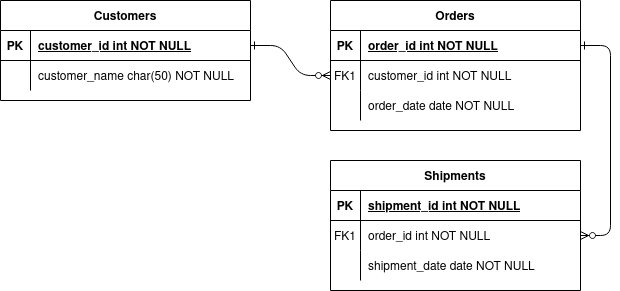
This is manage-cnab.drawio.png from esterfrazao/manage-cnab-api, a draw.io export, as it was before one commit. Source tidied: cells renumbered, new cells last; positions are measured from the earlier drawing's top-left corner, leaving out a move shared by most shapes. The source it was exported from:
```xml
<mxGraphModel>
  <root>
    <mxCell id="0" />
    <mxCell id="1" parent="0" />
    <mxCell id="2" style="edgeStyle=entityRelationEdgeStyle;endArrow=ERzeroToMany;startArrow=ERone;endFill=1;startFill=0;" parent="1" edge="1" source="25" target="8">
      <mxGeometry relative="1" as="geometry" />
    </mxCell>
    <mxCell id="3" style="edgeStyle=entityRelationEdgeStyle;endArrow=ERzeroToMany;startArrow=ERone;endFill=1;startFill=0;" parent="1" edge="1" source="5" target="18">
      <mxGeometry relative="1" as="geometry" />
    </mxCell>
    <mxCell id="4" value="Orders" style="shape=table;startSize=30;rowLines=0;fontStyle=1;align=center;" parent="1" vertex="1">
      <mxGeometry x="330" width="250" height="130" as="geometry" />
    </mxCell>
    <mxCell id="5" style="shape=partialRectangle;fillColor=none;points=[[0,0.5],[1,0.5]];portConstraint=eastwest;top=0;left=0;right=0;bottom=1;" parent="4" vertex="1">
      <mxGeometry y="30" width="250" height="30" as="geometry" />
    </mxCell>
    <mxCell id="6" value="PK" style="shape=partialRectangle;overflow=hidden;fillColor=none;top=0;left=0;bottom=0;right=0;fontStyle=1;" parent="5" vertex="1">
      <mxGeometry width="30" height="30" as="geometry" />
    </mxCell>
    <mxCell id="7" value="order_id int NOT NULL " style="shape=partialRectangle;overflow=hidden;fillColor=none;top=0;left=0;bottom=0;right=0;align=left;spacingLeft=6;fontStyle=5;" parent="5" vertex="1">
      <mxGeometry x="30" width="220" height="30" as="geometry" />
    </mxCell>
    <mxCell id="8" style="shape=partialRectangle;fillColor=none;points=[[0,0.5],[1,0.5]];portConstraint=eastwest;top=0;left=0;right=0;bottom=0;" parent="4" vertex="1">
      <mxGeometry y="60" width="250" height="30" as="geometry" />
    </mxCell>
    <mxCell id="9" value="FK1" style="shape=partialRectangle;overflow=hidden;fillColor=none;top=0;left=0;bottom=0;right=0;" parent="8" vertex="1">
      <mxGeometry width="30" height="30" as="geometry" />
    </mxCell>
    <mxCell id="10" value="customer_id int NOT NULL" style="shape=partialRectangle;overflow=hidden;fillColor=none;top=0;left=0;bottom=0;right=0;align=left;spacingLeft=6;" parent="8" vertex="1">
      <mxGeometry x="30" width="220" height="30" as="geometry" />
    </mxCell>
    <mxCell id="11" style="shape=partialRectangle;fillColor=none;top=0;left=0;right=0;bottom=0;" parent="4" vertex="1">
      <mxGeometry y="90" width="250" height="30" as="geometry" />
    </mxCell>
    <mxCell id="12" style="shape=partialRectangle;overflow=hidden;fillColor=none;top=0;left=0;bottom=0;right=0;" parent="11" vertex="1">
      <mxGeometry width="30" height="30" as="geometry" />
    </mxCell>
    <mxCell id="13" value="order_date date NOT NULL" style="shape=partialRectangle;overflow=hidden;fillColor=none;top=0;left=0;bottom=0;right=0;align=left;spacingLeft=6;" parent="11" vertex="1">
      <mxGeometry x="30" width="220" height="30" as="geometry" />
    </mxCell>
    <mxCell id="14" value="Shipments" style="shape=table;startSize=30;rowLines=0;fontStyle=1;align=center;" parent="1" vertex="1">
      <mxGeometry x="330" y="160" width="250" height="130" as="geometry" />
    </mxCell>
    <mxCell id="15" style="shape=partialRectangle;fillColor=none;top=0;left=0;right=0;bottom=1;" parent="14" vertex="1">
      <mxGeometry y="30" width="250" height="30" as="geometry" />
    </mxCell>
    <mxCell id="16" value="PK" style="shape=partialRectangle;overflow=hidden;fillColor=none;top=0;left=0;bottom=0;right=0;fontStyle=1;" parent="15" vertex="1">
      <mxGeometry width="30" height="30" as="geometry" />
    </mxCell>
    <mxCell id="17" value="shipment_id int NOT NULL " style="shape=partialRectangle;overflow=hidden;fillColor=none;top=0;left=0;bottom=0;right=0;align=left;spacingLeft=6;fontStyle=5;" parent="15" vertex="1">
      <mxGeometry x="30" width="220" height="30" as="geometry" />
    </mxCell>
    <mxCell id="18" style="shape=partialRectangle;fillColor=none;points=[[0,0.5],[1,0.5]];portConstraint=eastwest;top=0;left=0;right=0;bottom=0;" parent="14" vertex="1">
      <mxGeometry y="60" width="250" height="30" as="geometry" />
    </mxCell>
    <mxCell id="19" value="FK1" style="shape=partialRectangle;overflow=hidden;fillColor=none;top=0;left=0;bottom=0;right=0;" parent="18" vertex="1">
      <mxGeometry width="30" height="30" as="geometry" />
    </mxCell>
    <mxCell id="20" value="order_id int NOT NULL" style="shape=partialRectangle;overflow=hidden;fillColor=none;top=0;left=0;bottom=0;right=0;align=left;spacingLeft=6;" parent="18" vertex="1">
      <mxGeometry x="30" width="220" height="30" as="geometry" />
    </mxCell>
    <mxCell id="21" style="shape=partialRectangle;fillColor=none;top=0;left=0;right=0;bottom=0;" parent="14" vertex="1">
      <mxGeometry y="90" width="250" height="30" as="geometry" />
    </mxCell>
    <mxCell id="22" style="shape=partialRectangle;overflow=hidden;fillColor=none;top=0;left=0;bottom=0;right=0;" parent="21" vertex="1">
      <mxGeometry width="30" height="30" as="geometry" />
    </mxCell>
    <mxCell id="23" value="shipment_date date NOT NULL" style="shape=partialRectangle;overflow=hidden;fillColor=none;top=0;left=0;bottom=0;right=0;align=left;spacingLeft=6;" parent="21" vertex="1">
      <mxGeometry x="30" width="220" height="30" as="geometry" />
    </mxCell>
    <mxCell id="24" value="Customers" style="shape=table;startSize=30;rowLines=0;fontStyle=1;align=center;" parent="1" vertex="1">
      <mxGeometry width="250" height="100" as="geometry" />
    </mxCell>
    <mxCell id="25" style="shape=partialRectangle;fillColor=none;points=[[0,0.5],[1,0.5]];portConstraint=eastwest;top=0;left=0;right=0;bottom=1;" parent="24" vertex="1">
      <mxGeometry y="30" width="250" height="30" as="geometry" />
    </mxCell>
    <mxCell id="26" value="PK" style="shape=partialRectangle;overflow=hidden;fillColor=none;top=0;left=0;bottom=0;right=0;fontStyle=1;" parent="25" vertex="1">
      <mxGeometry width="30" height="30" as="geometry" />
    </mxCell>
    <mxCell id="27" value="customer_id int NOT NULL " style="shape=partialRectangle;overflow=hidden;fillColor=none;top=0;left=0;bottom=0;right=0;align=left;spacingLeft=6;fontStyle=5;" parent="25" vertex="1">
      <mxGeometry x="30" width="220" height="30" as="geometry" />
    </mxCell>
    <mxCell id="28" style="shape=partialRectangle;fillColor=none;top=0;left=0;right=0;bottom=0;" parent="24" vertex="1">
      <mxGeometry y="60" width="250" height="30" as="geometry" />
    </mxCell>
    <mxCell id="29" style="shape=partialRectangle;overflow=hidden;fillColor=none;top=0;left=0;bottom=0;right=0;" parent="28" vertex="1">
      <mxGeometry width="30" height="30" as="geometry" />
    </mxCell>
    <mxCell id="30" value="customer_name char(50) NOT NULL" style="shape=partialRectangle;overflow=hidden;fillColor=none;top=0;left=0;bottom=0;right=0;align=left;spacingLeft=6;" parent="28" vertex="1">
      <mxGeometry x="30" width="220" height="30" as="geometry" />
    </mxCell>
  </root>
</mxGraphModel>
```
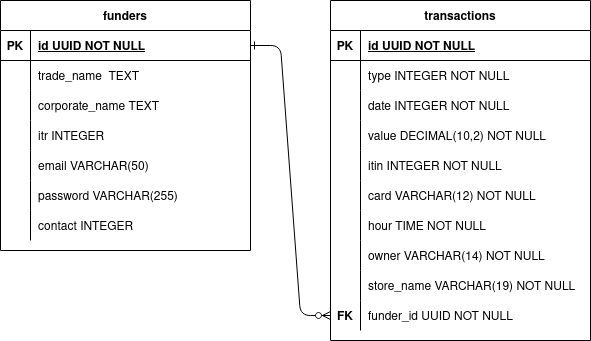
After the change.

Commit message:
feat: adjusts der with definite tables

The edit, as a diff of the source:
```diff
@@ -5,71 +5,101 @@
     <mxCell id="2" style="edgeStyle=entityRelationEdgeStyle;endArrow=ERzeroToMany;startArrow=ERone;endFill=1;startFill=0;" parent="1" edge="1" source="25" target="8">
       <mxGeometry relative="1" as="geometry" />
     </mxCell>
-    <mxCell id="3" style="edgeStyle=entityRelationEdgeStyle;endArrow=ERzeroToMany;startArrow=ERone;endFill=1;startFill=0;" parent="1" edge="1" source="5" target="18">
-      <mxGeometry relative="1" as="geometry" />
-    </mxCell>
-    <mxCell id="4" value="Orders" style="shape=table;startSize=30;rowLines=0;fontStyle=1;align=center;" parent="1" vertex="1">
-      <mxGeometry x="330" width="250" height="130" as="geometry" />
+    <mxCell id="4" value="transactions" style="shape=table;startSize=30;rowLines=0;fontStyle=1;align=center;" parent="1" vertex="1">
+      <mxGeometry x="330" width="260" height="340" as="geometry" />
     </mxCell>
     <mxCell id="5" style="shape=partialRectangle;fillColor=none;points=[[0,0.5],[1,0.5]];portConstraint=eastwest;top=0;left=0;right=0;bottom=1;" parent="4" vertex="1">
-      <mxGeometry y="30" width="250" height="30" as="geometry" />
+      <mxGeometry y="30" width="260" height="30" as="geometry" />
     </mxCell>
     <mxCell id="6" value="PK" style="shape=partialRectangle;overflow=hidden;fillColor=none;top=0;left=0;bottom=0;right=0;fontStyle=1;" parent="5" vertex="1">
       <mxGeometry width="30" height="30" as="geometry" />
     </mxCell>
-    <mxCell id="7" value="order_id int NOT NULL " style="shape=partialRectangle;overflow=hidden;fillColor=none;top=0;left=0;bottom=0;right=0;align=left;spacingLeft=6;fontStyle=5;" parent="5" vertex="1">
-      <mxGeometry x="30" width="220" height="30" as="geometry" />
+    <mxCell id="7" value="id UUID NOT NULL " style="shape=partialRectangle;overflow=hidden;fillColor=none;top=0;left=0;bottom=0;right=0;align=left;spacingLeft=6;fontStyle=5;" parent="5" vertex="1">
+      <mxGeometry x="30" width="230" height="30" as="geometry" />
     </mxCell>
+    <mxCell id="31" style="shape=partialRectangle;fillColor=none;top=0;left=0;right=0;bottom=0;" parent="4" vertex="1">
+      <mxGeometry y="60" width="260" height="30" as="geometry" />
+    </mxCell>
+    <mxCell id="32" style="shape=partialRectangle;overflow=hidden;fillColor=none;top=0;left=0;bottom=0;right=0;" parent="31" vertex="1">
+      <mxGeometry width="30" height="30" as="geometry" />
+    </mxCell>
+    <mxCell id="33" value="type INTEGER NOT NULL" style="shape=partialRectangle;overflow=hidden;fillColor=none;top=0;left=0;bottom=0;right=0;align=left;spacingLeft=6;" parent="31" vertex="1">
+      <mxGeometry x="30" width="230" height="30" as="geometry" />
+    </mxCell>
+    <mxCell id="34" style="shape=partialRectangle;fillColor=none;top=0;left=0;right=0;bottom=0;" parent="4" vertex="1">
+      <mxGeometry y="90" width="260" height="30" as="geometry" />
+    </mxCell>
+    <mxCell id="35" style="shape=partialRectangle;overflow=hidden;fillColor=none;top=0;left=0;bottom=0;right=0;" parent="34" vertex="1">
+      <mxGeometry width="30" height="30" as="geometry" />
+    </mxCell>
+    <mxCell id="36" value="date INTEGER NOT NULL" style="shape=partialRectangle;overflow=hidden;fillColor=none;top=0;left=0;bottom=0;right=0;align=left;spacingLeft=6;" parent="34" vertex="1">
+      <mxGeometry x="30" width="230" height="30" as="geometry" />
+    </mxCell>
+    <mxCell id="37" style="shape=partialRectangle;fillColor=none;top=0;left=0;right=0;bottom=0;" parent="4" vertex="1">
+      <mxGeometry y="120" width="260" height="30" as="geometry" />
+    </mxCell>
+    <mxCell id="38" style="shape=partialRectangle;overflow=hidden;fillColor=none;top=0;left=0;bottom=0;right=0;" parent="37" vertex="1">
+      <mxGeometry width="30" height="30" as="geometry" />
+    </mxCell>
+    <mxCell id="39" value="value DECIMAL(10,2) NOT NULL" style="shape=partialRectangle;overflow=hidden;fillColor=none;top=0;left=0;bottom=0;right=0;align=left;spacingLeft=6;" parent="37" vertex="1">
+      <mxGeometry x="30" width="230" height="30" as="geometry" />
+    </mxCell>
+    <mxCell id="40" style="shape=partialRectangle;fillColor=none;top=0;left=0;right=0;bottom=0;" parent="4" vertex="1">
+      <mxGeometry y="150" width="260" height="30" as="geometry" />
+    </mxCell>
+    <mxCell id="41" style="shape=partialRectangle;overflow=hidden;fillColor=none;top=0;left=0;bottom=0;right=0;" parent="40" vertex="1">
+      <mxGeometry width="30" height="30" as="geometry" />
+    </mxCell>
+    <mxCell id="42" value="itin INTEGER NOT NULL" style="shape=partialRectangle;overflow=hidden;fillColor=none;top=0;left=0;bottom=0;right=0;align=left;spacingLeft=6;" parent="40" vertex="1">
+      <mxGeometry x="30" width="230" height="30" as="geometry" />
+    </mxCell>
+    <mxCell id="43" style="shape=partialRectangle;fillColor=none;top=0;left=0;right=0;bottom=0;" parent="4" vertex="1">
+      <mxGeometry y="180" width="260" height="30" as="geometry" />
+    </mxCell>
+    <mxCell id="44" style="shape=partialRectangle;overflow=hidden;fillColor=none;top=0;left=0;bottom=0;right=0;" parent="43" vertex="1">
+      <mxGeometry width="30" height="30" as="geometry" />
+    </mxCell>
+    <mxCell id="45" value="card VARCHAR(12) NOT NULL" style="shape=partialRectangle;overflow=hidden;fillColor=none;top=0;left=0;bottom=0;right=0;align=left;spacingLeft=6;" parent="43" vertex="1">
+      <mxGeometry x="30" width="230" height="30" as="geometry" />
+    </mxCell>
+    <mxCell id="46" style="shape=partialRectangle;fillColor=none;top=0;left=0;right=0;bottom=0;" parent="4" vertex="1">
+      <mxGeometry y="210" width="260" height="30" as="geometry" />
+    </mxCell>
+    <mxCell id="47" style="shape=partialRectangle;overflow=hidden;fillColor=none;top=0;left=0;bottom=0;right=0;" parent="46" vertex="1">
+      <mxGeometry width="30" height="30" as="geometry" />
+    </mxCell>
+    <mxCell id="48" value="hour TIME NOT NULL" style="shape=partialRectangle;overflow=hidden;fillColor=none;top=0;left=0;bottom=0;right=0;align=left;spacingLeft=6;" parent="46" vertex="1">
+      <mxGeometry x="30" width="230" height="30" as="geometry" />
+    </mxCell>
+    <mxCell id="49" style="shape=partialRectangle;fillColor=none;top=0;left=0;right=0;bottom=0;" parent="4" vertex="1">
+      <mxGeometry y="240" width="260" height="30" as="geometry" />
+    </mxCell>
+    <mxCell id="50" style="shape=partialRectangle;overflow=hidden;fillColor=none;top=0;left=0;bottom=0;right=0;" parent="49" vertex="1">
+      <mxGeometry width="30" height="30" as="geometry" />
+    </mxCell>
+    <mxCell id="51" value="owner VARCHAR(14) NOT NULL" style="shape=partialRectangle;overflow=hidden;fillColor=none;top=0;left=0;bottom=0;right=0;align=left;spacingLeft=6;" parent="49" vertex="1">
+      <mxGeometry x="30" width="230" height="30" as="geometry" />
+    </mxCell>
+    <mxCell id="11" style="shape=partialRectangle;fillColor=none;top=0;left=0;right=0;bottom=0;" parent="4" vertex="1">
+      <mxGeometry y="270" width="260" height="30" as="geometry" />
+    </mxCell>
+    <mxCell id="12" style="shape=partialRectangle;overflow=hidden;fillColor=none;top=0;left=0;bottom=0;right=0;" parent="11" vertex="1">
+      <mxGeometry width="30" height="30" as="geometry" />
+    </mxCell>
+    <mxCell id="13" value="store_name VARCHAR(19) NOT NULL" style="shape=partialRectangle;overflow=hidden;fillColor=none;top=0;left=0;bottom=0;right=0;align=left;spacingLeft=6;" parent="11" vertex="1">
+      <mxGeometry x="30" width="230" height="30" as="geometry" />
+    </mxCell>
     <mxCell id="8" style="shape=partialRectangle;fillColor=none;points=[[0,0.5],[1,0.5]];portConstraint=eastwest;top=0;left=0;right=0;bottom=0;" parent="4" vertex="1">
-      <mxGeometry y="60" width="250" height="30" as="geometry" />
+      <mxGeometry y="300" width="260" height="30" as="geometry" />
     </mxCell>
-    <mxCell id="9" value="FK1" style="shape=partialRectangle;overflow=hidden;fillColor=none;top=0;left=0;bottom=0;right=0;" parent="8" vertex="1">
+    <mxCell id="9" value="FK" style="shape=partialRectangle;overflow=hidden;fillColor=none;top=0;left=0;bottom=0;right=0;fontStyle=1;" parent="8" vertex="1">
       <mxGeometry width="30" height="30" as="geometry" />
     </mxCell>
-    <mxCell id="10" value="customer_id int NOT NULL" style="shape=partialRectangle;overflow=hidden;fillColor=none;top=0;left=0;bottom=0;right=0;align=left;spacingLeft=6;" parent="8" vertex="1">
-      <mxGeometry x="30" width="220" height="30" as="geometry" />
+    <mxCell id="10" value="funder_id UUID NOT NULL" style="shape=partialRectangle;overflow=hidden;fillColor=none;top=0;left=0;bottom=0;right=0;align=left;spacingLeft=6;" parent="8" vertex="1">
+      <mxGeometry x="30" width="230" height="30" as="geometry" />
     </mxCell>
-    <mxCell id="11" style="shape=partialRectangle;fillColor=none;top=0;left=0;right=0;bottom=0;" parent="4" vertex="1">
-      <mxGeometry y="90" width="250" height="30" as="geometry" />
-    </mxCell>
-    <mxCell id="12" style="shape=partialRectangle;overflow=hidden;fillColor=none;top=0;left=0;bottom=0;right=0;" parent="11" vertex="1">
-      <mxGeometry width="30" height="30" as="geometry" />
-    </mxCell>
-    <mxCell id="13" value="order_date date NOT NULL" style="shape=partialRectangle;overflow=hidden;fillColor=none;top=0;left=0;bottom=0;right=0;align=left;spacingLeft=6;" parent="11" vertex="1">
-      <mxGeometry x="30" width="220" height="30" as="geometry" />
-    </mxCell>
-    <mxCell id="14" value="Shipments" style="shape=table;startSize=30;rowLines=0;fontStyle=1;align=center;" parent="1" vertex="1">
-      <mxGeometry x="330" y="160" width="250" height="130" as="geometry" />
-    </mxCell>
-    <mxCell id="15" style="shape=partialRectangle;fillColor=none;top=0;left=0;right=0;bottom=1;" parent="14" vertex="1">
-      <mxGeometry y="30" width="250" height="30" as="geometry" />
-    </mxCell>
-    <mxCell id="16" value="PK" style="shape=partialRectangle;overflow=hidden;fillColor=none;top=0;left=0;bottom=0;right=0;fontStyle=1;" parent="15" vertex="1">
-      <mxGeometry width="30" height="30" as="geometry" />
-    </mxCell>
-    <mxCell id="17" value="shipment_id int NOT NULL " style="shape=partialRectangle;overflow=hidden;fillColor=none;top=0;left=0;bottom=0;right=0;align=left;spacingLeft=6;fontStyle=5;" parent="15" vertex="1">
-      <mxGeometry x="30" width="220" height="30" as="geometry" />
-    </mxCell>
-    <mxCell id="18" style="shape=partialRectangle;fillColor=none;points=[[0,0.5],[1,0.5]];portConstraint=eastwest;top=0;left=0;right=0;bottom=0;" parent="14" vertex="1">
-      <mxGeometry y="60" width="250" height="30" as="geometry" />
-    </mxCell>
-    <mxCell id="19" value="FK1" style="shape=partialRectangle;overflow=hidden;fillColor=none;top=0;left=0;bottom=0;right=0;" parent="18" vertex="1">
-      <mxGeometry width="30" height="30" as="geometry" />
-    </mxCell>
-    <mxCell id="20" value="order_id int NOT NULL" style="shape=partialRectangle;overflow=hidden;fillColor=none;top=0;left=0;bottom=0;right=0;align=left;spacingLeft=6;" parent="18" vertex="1">
-      <mxGeometry x="30" width="220" height="30" as="geometry" />
-    </mxCell>
-    <mxCell id="21" style="shape=partialRectangle;fillColor=none;top=0;left=0;right=0;bottom=0;" parent="14" vertex="1">
-      <mxGeometry y="90" width="250" height="30" as="geometry" />
-    </mxCell>
-    <mxCell id="22" style="shape=partialRectangle;overflow=hidden;fillColor=none;top=0;left=0;bottom=0;right=0;" parent="21" vertex="1">
-      <mxGeometry width="30" height="30" as="geometry" />
-    </mxCell>
-    <mxCell id="23" value="shipment_date date NOT NULL" style="shape=partialRectangle;overflow=hidden;fillColor=none;top=0;left=0;bottom=0;right=0;align=left;spacingLeft=6;" parent="21" vertex="1">
-      <mxGeometry x="30" width="220" height="30" as="geometry" />
-    </mxCell>
-    <mxCell id="24" value="Customers" style="shape=table;startSize=30;rowLines=0;fontStyle=1;align=center;" parent="1" vertex="1">
-      <mxGeometry width="250" height="100" as="geometry" />
+    <mxCell id="24" value="funders" style="shape=table;startSize=30;rowLines=0;fontStyle=1;align=center;" parent="1" vertex="1">
+      <mxGeometry width="250" height="250" as="geometry" />
     </mxCell>
     <mxCell id="25" style="shape=partialRectangle;fillColor=none;points=[[0,0.5],[1,0.5]];portConstraint=eastwest;top=0;left=0;right=0;bottom=1;" parent="24" vertex="1">
       <mxGeometry y="30" width="250" height="30" as="geometry" />
@@ -77,17 +107,62 @@
     <mxCell id="26" value="PK" style="shape=partialRectangle;overflow=hidden;fillColor=none;top=0;left=0;bottom=0;right=0;fontStyle=1;" parent="25" vertex="1">
       <mxGeometry width="30" height="30" as="geometry" />
     </mxCell>
-    <mxCell id="27" value="customer_id int NOT NULL " style="shape=partialRectangle;overflow=hidden;fillColor=none;top=0;left=0;bottom=0;right=0;align=left;spacingLeft=6;fontStyle=5;" parent="25" vertex="1">
+    <mxCell id="27" value="id UUID NOT NULL" style="shape=partialRectangle;overflow=hidden;fillColor=none;top=0;left=0;bottom=0;right=0;align=left;spacingLeft=6;fontStyle=5;" parent="25" vertex="1">
       <mxGeometry x="30" width="220" height="30" as="geometry" />
     </mxCell>
+    <mxCell id="18" style="shape=partialRectangle;fillColor=none;points=[[0,0.5],[1,0.5]];portConstraint=eastwest;top=0;left=0;right=0;bottom=0;" parent="24" vertex="1">
+      <mxGeometry y="60" width="250" height="30" as="geometry" />
+    </mxCell>
+    <mxCell id="52" style="shape=partialRectangle;overflow=hidden;fillColor=none;top=0;left=0;bottom=0;right=0;" parent="18" vertex="1">
+      <mxGeometry width="30" height="30" as="geometry" />
+    </mxCell>
+    <mxCell id="53" value="trade_name  TEXT" style="shape=partialRectangle;overflow=hidden;fillColor=none;top=0;left=0;bottom=0;right=0;align=left;spacingLeft=6;" parent="18" vertex="1">
+      <mxGeometry x="30" width="220" height="30" as="geometry" />
+    </mxCell>
     <mxCell id="28" style="shape=partialRectangle;fillColor=none;top=0;left=0;right=0;bottom=0;" parent="24" vertex="1">
-      <mxGeometry y="60" width="250" height="30" as="geometry" />
+      <mxGeometry y="90" width="250" height="30" as="geometry" />
     </mxCell>
     <mxCell id="29" style="shape=partialRectangle;overflow=hidden;fillColor=none;top=0;left=0;bottom=0;right=0;" parent="28" vertex="1">
       <mxGeometry width="30" height="30" as="geometry" />
     </mxCell>
-    <mxCell id="30" value="customer_name char(50) NOT NULL" style="shape=partialRectangle;overflow=hidden;fillColor=none;top=0;left=0;bottom=0;right=0;align=left;spacingLeft=6;" parent="28" vertex="1">
+    <mxCell id="30" value="corporate_name TEXT" style="shape=partialRectangle;overflow=hidden;fillColor=none;top=0;left=0;bottom=0;right=0;align=left;spacingLeft=6;" parent="28" vertex="1">
       <mxGeometry x="30" width="220" height="30" as="geometry" />
     </mxCell>
+    <mxCell id="54" style="shape=partialRectangle;fillColor=none;top=0;left=0;right=0;bottom=0;" parent="24" vertex="1">
+      <mxGeometry y="120" width="250" height="30" as="geometry" />
+    </mxCell>
+    <mxCell id="55" style="shape=partialRectangle;overflow=hidden;fillColor=none;top=0;left=0;bottom=0;right=0;" parent="54" vertex="1">
+      <mxGeometry width="30" height="30" as="geometry" />
+    </mxCell>
+    <mxCell id="56" value="itr INTEGER" style="shape=partialRectangle;overflow=hidden;fillColor=none;top=0;left=0;bottom=0;right=0;align=left;spacingLeft=6;" parent="54" vertex="1">
+      <mxGeometry x="30" width="220" height="30" as="geometry" />
+    </mxCell>
+    <mxCell id="57" style="shape=partialRectangle;fillColor=none;top=0;left=0;right=0;bottom=0;" parent="24" vertex="1">
+      <mxGeometry y="150" width="250" height="30" as="geometry" />
+    </mxCell>
+    <mxCell id="58" style="shape=partialRectangle;overflow=hidden;fillColor=none;top=0;left=0;bottom=0;right=0;" parent="57" vertex="1">
+      <mxGeometry width="30" height="30" as="geometry" />
+    </mxCell>
+    <mxCell id="59" value="email VARCHAR(50)" style="shape=partialRectangle;overflow=hidden;fillColor=none;top=0;left=0;bottom=0;right=0;align=left;spacingLeft=6;" parent="57" vertex="1">
+      <mxGeometry x="30" width="220" height="30" as="geometry" />
+    </mxCell>
+    <mxCell id="60" style="shape=partialRectangle;fillColor=none;top=0;left=0;right=0;bottom=0;" parent="24" vertex="1">
+      <mxGeometry y="180" width="250" height="30" as="geometry" />
+    </mxCell>
+    <mxCell id="61" style="shape=partialRectangle;overflow=hidden;fillColor=none;top=0;left=0;bottom=0;right=0;" parent="60" vertex="1">
+      <mxGeometry width="30" height="30" as="geometry" />
+    </mxCell>
+    <mxCell id="62" value="password VARCHAR(255)" style="shape=partialRectangle;overflow=hidden;fillColor=none;top=0;left=0;bottom=0;right=0;align=left;spacingLeft=6;" parent="60" vertex="1">
+      <mxGeometry x="30" width="220" height="30" as="geometry" />
+    </mxCell>
+    <mxCell id="63" style="shape=partialRectangle;fillColor=none;top=0;left=0;right=0;bottom=0;" parent="24" vertex="1">
+      <mxGeometry y="210" width="250" height="30" as="geometry" />
+    </mxCell>
+    <mxCell id="64" style="shape=partialRectangle;overflow=hidden;fillColor=none;top=0;left=0;bottom=0;right=0;" parent="63" vertex="1">
+      <mxGeometry width="30" height="30" as="geometry" />
+    </mxCell>
+    <mxCell id="65" value="contact INTEGER" style="shape=partialRectangle;overflow=hidden;fillColor=none;top=0;left=0;bottom=0;right=0;align=left;spacingLeft=6;" parent="63" vertex="1">
+      <mxGeometry x="30" width="220" height="30" as="geometry" />
+    </mxCell>
   </root>
 </mxGraphModel>
```
